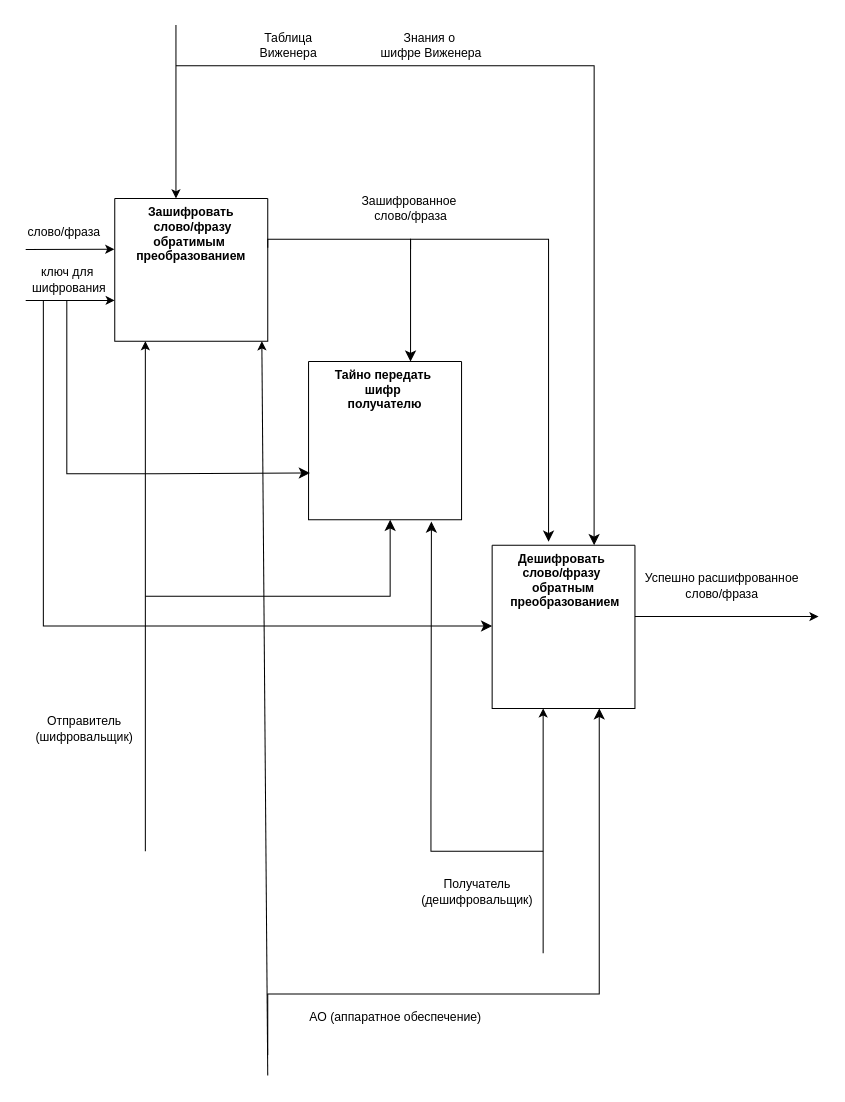
The draw.io diagram page "IDEF уровень А1" (2 of 2) of Диаграмма без названия.drawio in Epicbro2222/IDEF0-diagram-, before the edit. Source tidied: cells renumbered, new cells numbered last; positions are measured from the earlier drawing's top-left corner, leaving out a move shared by most shapes. Both pictures are drawn from the tidied source at 102%, with x=0, y=0 at pixel (17, 24).
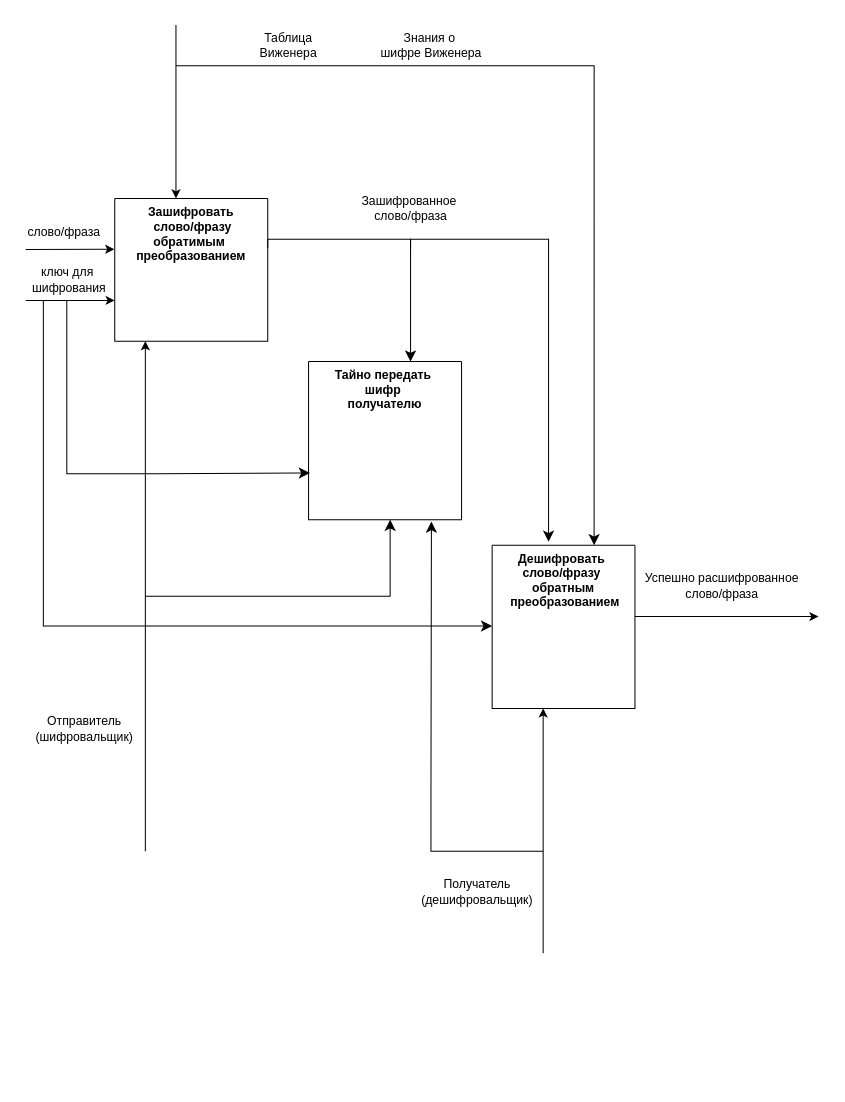
The same page after the edit.

The change refers to these unchanged cells:
```xml
<mxCell id="8" value="Дешифровать &#10;слово/фразу &#10;обратным&#10; преобразованием&#10;&#10;" style="swimlane;startSize=0;verticalAlign=top;" parent="1" vertex="1">
  <mxGeometry x="465" y="510" width="140" height="160" as="geometry" />
</mxCell>
```

Diff of the diagram source:
```diff
@@
-    <mxCell id="23" style="endArrow=classic;html=1;rounded=0;entryX=0.828;entryY=1.024;entryDx=0;entryDy=0;entryPerimeter=0;" parent="1" edge="1">
-      <mxGeometry relative="1" as="geometry">
-        <mxPoint x="245" y="1030" as="sourcePoint" />
-        <mxPoint x="239.2" y="310" as="targetPoint" />
-      </mxGeometry>
-    </mxCell>
-    <mxCell id="24" style="edgeStyle=elbowEdgeStyle;elbow=vertical;endArrow=classic;html=1;curved=0;rounded=0;endSize=8;startSize=8;entryX=0.75;entryY=1;entryDx=0;entryDy=0;" parent="1" edge="1" target="8">
-      <mxGeometry relative="1" as="geometry">
-        <mxPoint x="245" y="1010" as="sourcePoint" />
-        <Array as="points">
-          <mxPoint x="405" y="950" />
-        </Array>
-      </mxGeometry>
-    </mxCell>
-    <mxCell id="25" value="АО (аппаратное обеспечение)" style="text;html=1;align=center;verticalAlign=middle;strokeColor=none;fillColor=none;" parent="1" vertex="1">
-      <mxGeometry x="275" y="958" width="190" height="30" as="geometry" />
-    </mxCell>
```
